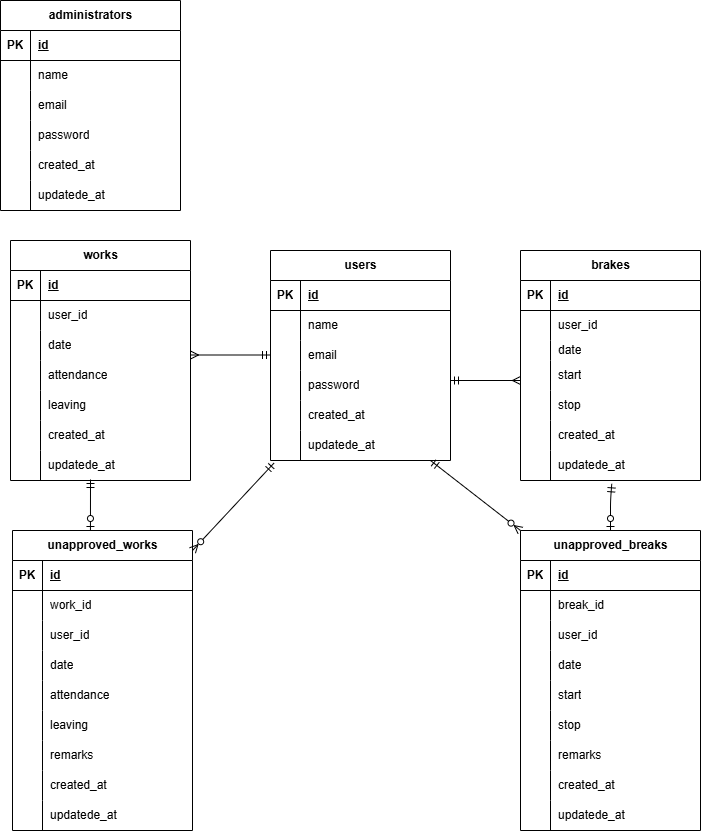
Before: src/index.drawio.png, a diagram exported from draw.io (tsugumi-0406/attendance-management). Source tidied: cells renumbered, new cells last; positions are measured from the earlier drawing's top-left corner, leaving out a move shared by most shapes.
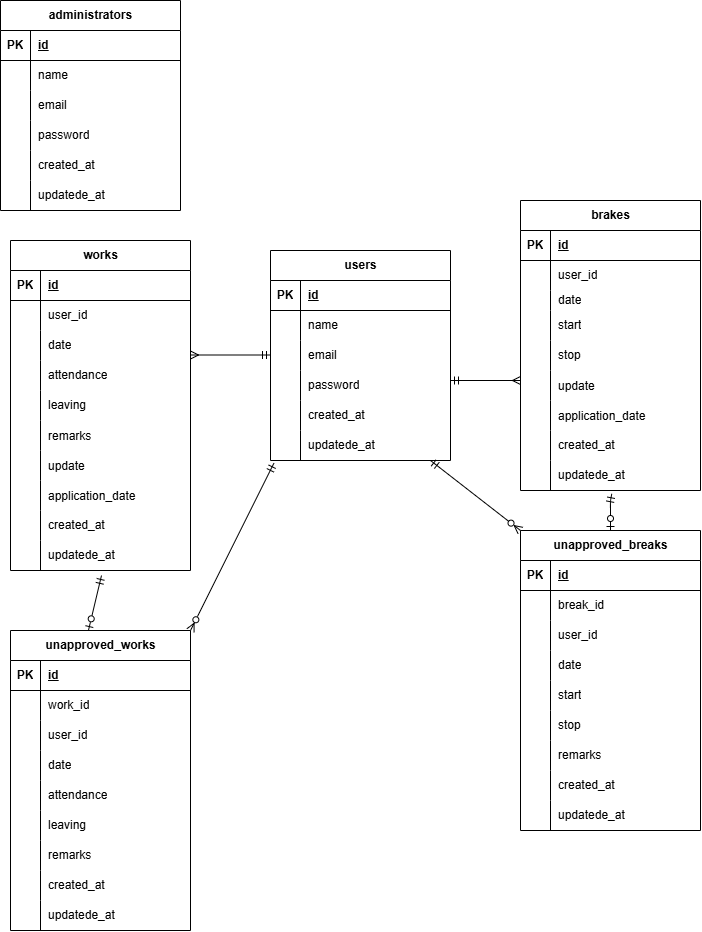
Above is the later version.

What changed in the source:
```diff
@@ -117,7 +117,7 @@
       <mxGeometry x="30" width="150" height="30" as="geometry" />
     </mxCell>
     <mxCell id="40" value="works" style="shape=table;startSize=30;rowLines=0;fontStyle=1;align=center;html=1;" parent="1" vertex="1">
-      <mxGeometry x="10" y="240" width="180" height="240" as="geometry" />
+      <mxGeometry x="10" y="240" width="180" height="330" as="geometry" />
     </mxCell>
     <mxCell id="41" style="shape=tableRow;horizontal=0;startSize=0;swimlaneHead=0;swimlaneBody=0;fillColor=none;top=0;left=0;right=0;bottom=1;" parent="40" vertex="1">
       <mxGeometry y="30" width="180" height="30" as="geometry" />
@@ -161,11 +161,38 @@
     <mxCell id="54" style="shape=partialRectangle;fillColor=none;top=0;left=0;bottom=0;right=0;overflow=hidden;whiteSpace=wrap;html=1;" parent="53" vertex="1">
       <mxGeometry width="30" height="30" as="geometry" />
     </mxCell>
-    <mxCell id="55" value="leaving" style="shape=partialRectangle;fillColor=none;top=0;left=0;bottom=0;right=0;align=left;spacingLeft=6;overflow=hidden;whiteSpace=wrap;html=1;" parent="53" vertex="1">
+    <mxCell id="55" value="leaving" style="shape=partialRectangle;fillColor=none;top=0;left=0;bottom=0;right=0;align=left;spacingLeft=6;overflow=hidden;whiteSpace=wrap;html=1;verticalAlign=middle;" parent="53" vertex="1">
       <mxGeometry x="30" width="150" height="30" as="geometry" />
     </mxCell>
+    <mxCell id="146" style="shape=tableRow;horizontal=0;startSize=0;swimlaneHead=0;swimlaneBody=0;fillColor=none;top=0;left=0;right=0;bottom=0;" parent="40" vertex="1">
+      <mxGeometry y="180" width="180" height="30" as="geometry" />
+    </mxCell>
+    <mxCell id="147" style="shape=partialRectangle;fillColor=none;top=0;left=0;bottom=0;right=0;overflow=hidden;" parent="146" vertex="1">
+      <mxGeometry width="30" height="30" as="geometry" />
+    </mxCell>
+    <mxCell id="148" value="remarks" style="shape=partialRectangle;fillColor=none;top=0;left=0;bottom=0;right=0;align=left;spacingLeft=6;overflow=hidden;" parent="146" vertex="1">
+      <mxGeometry x="30" width="150" height="30" as="geometry" />
+    </mxCell>
+    <mxCell id="149" style="shape=tableRow;horizontal=0;startSize=0;swimlaneHead=0;swimlaneBody=0;fillColor=none;top=0;left=0;right=0;bottom=0;" parent="40" vertex="1">
+      <mxGeometry y="210" width="180" height="30" as="geometry" />
+    </mxCell>
+    <mxCell id="150" style="shape=partialRectangle;fillColor=none;top=0;left=0;bottom=0;right=0;overflow=hidden;" parent="149" vertex="1">
+      <mxGeometry width="30" height="30" as="geometry" />
+    </mxCell>
+    <mxCell id="151" value="update" style="shape=partialRectangle;fillColor=none;top=0;left=0;bottom=0;right=0;align=left;spacingLeft=6;overflow=hidden;" parent="149" vertex="1">
+      <mxGeometry x="30" width="150" height="30" as="geometry" />
+    </mxCell>
+    <mxCell id="152" style="shape=tableRow;horizontal=0;startSize=0;swimlaneHead=0;swimlaneBody=0;fillColor=none;top=0;left=0;right=0;bottom=0;" parent="40" vertex="1">
+      <mxGeometry y="240" width="180" height="30" as="geometry" />
+    </mxCell>
+    <mxCell id="153" style="shape=partialRectangle;fillColor=none;top=0;left=0;bottom=0;right=0;overflow=hidden;" parent="152" vertex="1">
+      <mxGeometry width="30" height="30" as="geometry" />
+    </mxCell>
+    <mxCell id="154" value="application_date" style="shape=partialRectangle;fillColor=none;top=0;left=0;bottom=0;right=0;align=left;spacingLeft=6;overflow=hidden;" parent="152" vertex="1">
+      <mxGeometry x="30" width="150" height="30" as="geometry" />
+    </mxCell>
     <mxCell id="56" style="shape=tableRow;horizontal=0;startSize=0;swimlaneHead=0;swimlaneBody=0;fillColor=none;top=0;left=0;right=0;bottom=0;" parent="40" vertex="1">
-      <mxGeometry y="180" width="180" height="30" as="geometry" />
+      <mxGeometry y="270" width="180" height="30" as="geometry" />
     </mxCell>
     <mxCell id="57" style="shape=partialRectangle;fillColor=none;top=0;left=0;bottom=0;right=0;overflow=hidden;whiteSpace=wrap;html=1;" parent="56" vertex="1">
       <mxGeometry width="30" height="30" as="geometry" />
@@ -174,16 +201,16 @@
       <mxGeometry x="30" width="150" height="30" as="geometry" />
     </mxCell>
     <mxCell id="59" style="shape=tableRow;horizontal=0;startSize=0;swimlaneHead=0;swimlaneBody=0;fillColor=none;top=0;left=0;right=0;bottom=0;" parent="40" vertex="1">
-      <mxGeometry y="210" width="180" height="30" as="geometry" />
+      <mxGeometry y="300" width="180" height="30" as="geometry" />
     </mxCell>
-    <mxCell id="60" style="shape=partialRectangle;fillColor=none;top=0;left=0;bottom=0;right=0;overflow=hidden;whiteSpace=wrap;html=1;" parent="59" vertex="1">
+    <mxCell id="60" value="&lt;div&gt;&lt;br&gt;&lt;/div&gt;" style="shape=partialRectangle;fillColor=none;top=0;left=0;bottom=0;right=0;overflow=hidden;whiteSpace=wrap;html=1;" parent="59" vertex="1">
       <mxGeometry width="30" height="30" as="geometry" />
     </mxCell>
     <mxCell id="61" value="updatede_at" style="shape=partialRectangle;fillColor=none;top=0;left=0;bottom=0;right=0;align=left;spacingLeft=6;overflow=hidden;whiteSpace=wrap;html=1;" parent="59" vertex="1">
       <mxGeometry x="30" width="150" height="30" as="geometry" />
     </mxCell>
     <mxCell id="62" value="brakes" style="shape=table;startSize=30;rowLines=0;fontStyle=1;align=center;html=1;" parent="1" vertex="1">
-      <mxGeometry x="520" y="250" width="180" height="230" as="geometry" />
+      <mxGeometry x="520" y="200" width="180" height="290" as="geometry" />
     </mxCell>
     <mxCell id="63" style="shape=tableRow;horizontal=0;startSize=0;swimlaneHead=0;swimlaneBody=0;fillColor=none;top=0;left=0;right=0;bottom=1;" parent="62" vertex="1">
       <mxGeometry y="30" width="180" height="30" as="geometry" />
@@ -230,8 +257,26 @@
     <mxCell id="77" value="stop" style="shape=partialRectangle;fillColor=none;top=0;left=0;bottom=0;right=0;align=left;spacingLeft=6;overflow=hidden;whiteSpace=wrap;html=1;" parent="75" vertex="1">
       <mxGeometry x="30" width="150" height="30" as="geometry" />
     </mxCell>
+    <mxCell id="155" style="shape=tableRow;horizontal=0;startSize=0;swimlaneHead=0;swimlaneBody=0;fillColor=none;top=0;left=0;right=0;bottom=0;" parent="62" vertex="1">
+      <mxGeometry y="170" width="180" height="30" as="geometry" />
+    </mxCell>
+    <mxCell id="156" style="shape=partialRectangle;fillColor=none;top=0;left=0;bottom=0;right=0;overflow=hidden;" parent="155" vertex="1">
+      <mxGeometry width="30" height="30" as="geometry" />
+    </mxCell>
+    <mxCell id="157" value="update" style="shape=partialRectangle;fillColor=none;top=0;left=0;bottom=0;right=0;align=left;spacingLeft=6;overflow=hidden;" parent="155" vertex="1">
+      <mxGeometry x="30" width="150" height="30" as="geometry" />
+    </mxCell>
+    <mxCell id="158" style="shape=tableRow;horizontal=0;startSize=0;swimlaneHead=0;swimlaneBody=0;fillColor=none;top=0;left=0;right=0;bottom=0;" parent="62" vertex="1">
+      <mxGeometry y="200" width="180" height="30" as="geometry" />
+    </mxCell>
+    <mxCell id="159" style="shape=partialRectangle;fillColor=none;top=0;left=0;bottom=0;right=0;overflow=hidden;" parent="158" vertex="1">
+      <mxGeometry width="30" height="30" as="geometry" />
+    </mxCell>
+    <mxCell id="160" value="application_date" style="shape=partialRectangle;fillColor=none;top=0;left=0;bottom=0;right=0;align=left;spacingLeft=6;overflow=hidden;" parent="158" vertex="1">
+      <mxGeometry x="30" width="150" height="30" as="geometry" />
+    </mxCell>
     <mxCell id="78" style="shape=tableRow;horizontal=0;startSize=0;swimlaneHead=0;swimlaneBody=0;fillColor=none;top=0;left=0;right=0;bottom=0;" parent="62" vertex="1">
-      <mxGeometry y="170" width="180" height="30" as="geometry" />
+      <mxGeometry y="230" width="180" height="30" as="geometry" />
     </mxCell>
     <mxCell id="79" style="shape=partialRectangle;fillColor=none;top=0;left=0;bottom=0;right=0;overflow=hidden;whiteSpace=wrap;html=1;" parent="78" vertex="1">
       <mxGeometry width="30" height="30" as="geometry" />
@@ -240,7 +285,7 @@
       <mxGeometry x="30" width="150" height="30" as="geometry" />
     </mxCell>
     <mxCell id="81" style="shape=tableRow;horizontal=0;startSize=0;swimlaneHead=0;swimlaneBody=0;fillColor=none;points=[[0,0.5],[1,0.5]];portConstraint=eastwest;top=0;left=0;right=0;bottom=0;" parent="62" vertex="1">
-      <mxGeometry y="200" width="180" height="30" as="geometry" />
+      <mxGeometry y="260" width="180" height="30" as="geometry" />
     </mxCell>
     <mxCell id="82" style="shape=partialRectangle;fillColor=none;top=0;left=0;bottom=0;right=0;overflow=hidden;whiteSpace=wrap;html=1;" parent="81" vertex="1">
       <mxGeometry width="30" height="30" as="geometry" />
@@ -333,7 +378,7 @@
       <mxGeometry x="30" width="150" height="30" as="geometry" />
     </mxCell>
     <mxCell id="112" value="unapproved_works" style="shape=table;startSize=30;rowLines=0;fontStyle=1;align=center;html=1;" parent="1" vertex="1">
-      <mxGeometry x="12" y="530" width="180" height="300" as="geometry" />
+      <mxGeometry x="10" y="630" width="180" height="300" as="geometry" />
     </mxCell>
     <mxCell id="113" style="shape=tableRow;horizontal=0;startSize=0;swimlaneHead=0;swimlaneBody=0;fillColor=none;top=0;left=0;right=0;bottom=1;" parent="112" vertex="1">
       <mxGeometry y="30" width="180" height="30" as="geometry" />
@@ -437,13 +482,11 @@
     </mxCell>
     <mxCell id="143" style="edgeStyle=none;jettySize=auto;html=1;entryX=0.433;entryY=0;entryDx=0;entryDy=0;entryPerimeter=0;startArrow=ERmandOne;startFill=0;endArrow=ERzeroToOne;endFill=0;" parent="1" edge="1" target="112">
       <mxGeometry relative="1" as="geometry">
-        <mxPoint x="90" y="479" as="sourcePoint" />
+        <mxPoint x="101" y="575" as="sourcePoint" />
       </mxGeometry>
     </mxCell>
-    <mxCell id="144" style="edgeStyle=none;jettySize=auto;html=1;entryX=0.019;entryY=1.089;entryDx=0;entryDy=0;entryPerimeter=0;endArrow=ERmandOne;endFill=0;startArrow=ERzeroToMany;startFill=0;" parent="1" edge="1" target="18">
-      <mxGeometry relative="1" as="geometry">
-        <mxPoint x="192" y="550" as="sourcePoint" />
-      </mxGeometry>
+    <mxCell id="144" style="edgeStyle=none;jettySize=auto;html=1;entryX=0.019;entryY=1.089;entryDx=0;entryDy=0;entryPerimeter=0;endArrow=ERmandOne;endFill=0;startArrow=ERzeroToMany;startFill=0;exitX=1;exitY=0;exitDx=0;exitDy=0;" parent="1" edge="1" source="112" target="18">
+      <mxGeometry relative="1" as="geometry" />
     </mxCell>
     <mxCell id="145" style="edgeStyle=none;jettySize=auto;html=1;entryX=0;entryY=0;entryDx=0;entryDy=0;startArrow=ERmandOne;startFill=0;endArrow=ERzeroToMany;endFill=0;" parent="1" edge="1" target="84">
       <mxGeometry relative="1" as="geometry">
```
